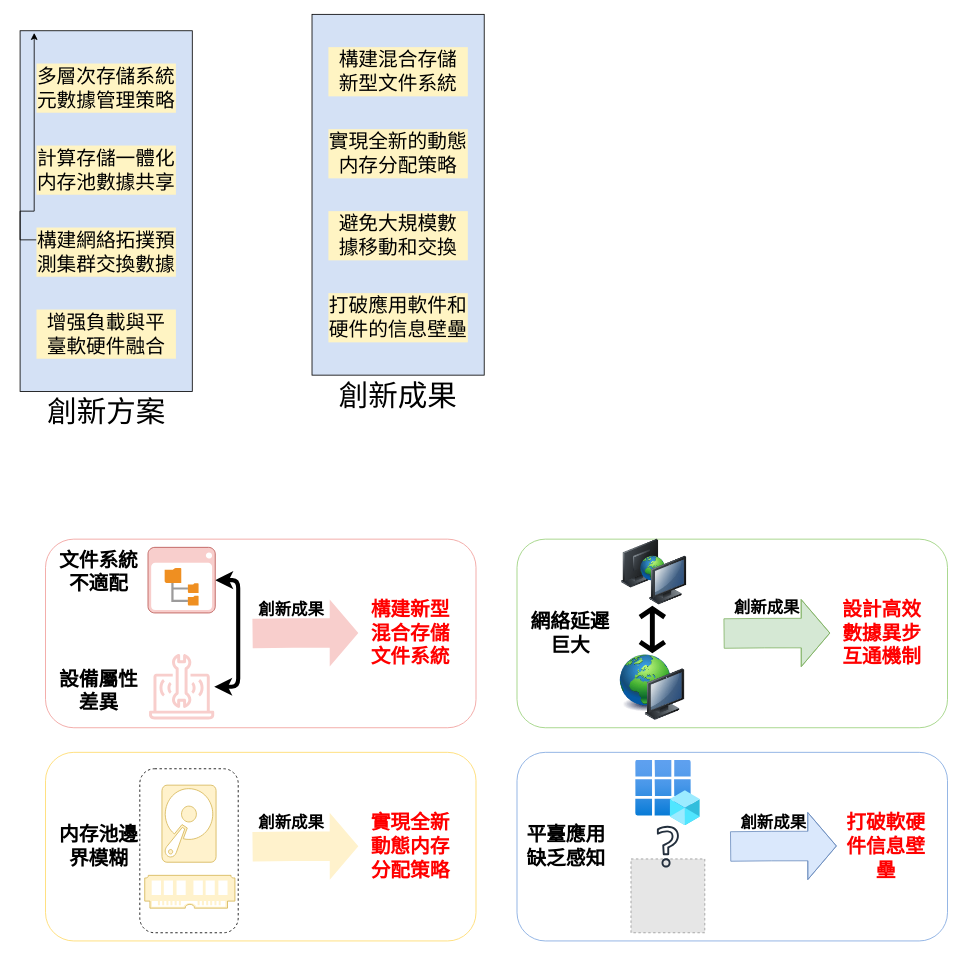
Above: 创新点.drawio in icszhr/aomenNVM (draw.io), before the change. Source tidied: cells renumbered, new cells numbered last; positions are measured from the earlier drawing's top-left corner, leaving out a move shared by most shapes. Both pictures are drawn from the tidied source at 82%, with x=0, y=0 at pixel (20, 14). Pictures stored in the file or linked from it are replaced by grey dashed boxes.
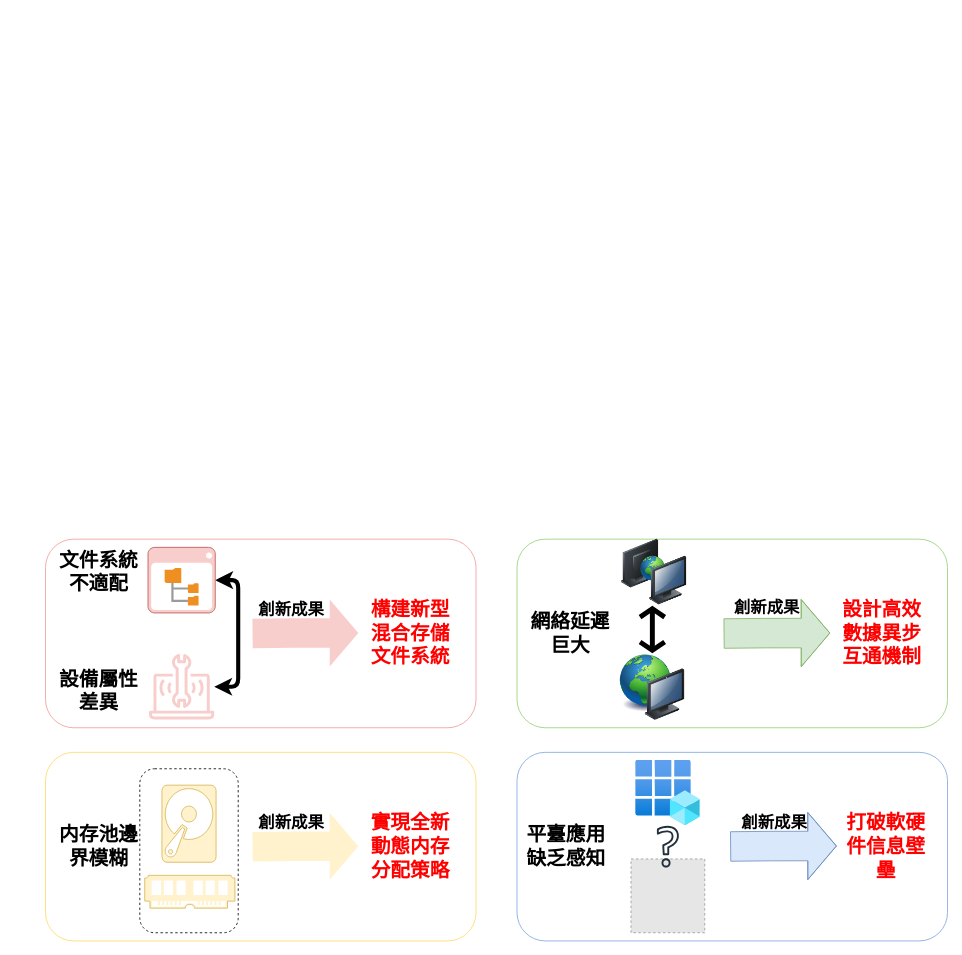
Above is the later version.

Commit message (it also covers changes not shown here):
更新创新点.drawio

Diff of the diagram source:
```diff
@@
-    <mxCell id="2" style="group;" parent="1" vertex="1">
-      <mxGeometry y="20" width="210" height="480" as="geometry" />
-    </mxCell>
-    <mxCell id="3" style="rounded=0;whiteSpace=wrap;html=1;fillColor=#D4E1F5;" parent="2" vertex="1">
-      <mxGeometry width="210" height="440" as="geometry" />
-    </mxCell>
-    <mxCell id="4" value="&lt;font style=&quot;font-size: 36px;&quot;&gt;創新方案&lt;/font&gt;" style="text;html=1;strokeColor=none;fillColor=none;align=center;verticalAlign=middle;whiteSpace=wrap;rounded=0;" parent="2" vertex="1">
-      <mxGeometry x="27.5" y="450" width="155" height="30" as="geometry" />
-    </mxCell>
-    <mxCell id="5" value="&lt;font style=&quot;font-size: 24px;&quot;&gt;多層次存儲系統元數據管理策略&lt;/font&gt;" style="rounded=0;whiteSpace=wrap;html=1;fillColor=#FFF4C3;strokeColor=none;" parent="2" vertex="1">
-      <mxGeometry x="20" y="40" width="170" height="60" as="geometry" />
-    </mxCell>
-    <mxCell id="6" value="&lt;font style=&quot;font-size: 24px;&quot;&gt;計算存儲一體化内存池數據共享&lt;br&gt;&lt;/font&gt;" style="rounded=0;whiteSpace=wrap;html=1;fillColor=#FFF4C3;strokeColor=none;" parent="2" vertex="1">
-      <mxGeometry x="20" y="140" width="170" height="60" as="geometry" />
-    </mxCell>
-    <mxCell id="7" style="edgeStyle=orthogonalEdgeStyle;rounded=0;jettySize=auto;html=1;exitX=0;exitY=0.25;exitDx=0;exitDy=0;entryX=0.082;entryY=0.006;entryDx=0;entryDy=0;entryPerimeter=0;" parent="2" edge="1" source="8" target="3">
-      <mxGeometry relative="1" as="geometry" />
-    </mxCell>
-    <mxCell id="8" value="&lt;span style=&quot;font-size: 24px;&quot;&gt;構建網絡拓撲預測集群交換數據&lt;/span&gt;" style="rounded=0;whiteSpace=wrap;html=1;fillColor=#FFF4C3;strokeColor=none;" parent="2" vertex="1">
-      <mxGeometry x="20" y="240" width="170" height="60" as="geometry" />
-    </mxCell>
-    <mxCell id="9" value="&lt;span style=&quot;font-size: 24px;&quot;&gt;增强負載與平&lt;br&gt;臺軟硬件融合&lt;/span&gt;" style="rounded=0;whiteSpace=wrap;html=1;fillColor=#FFF4C3;strokeColor=none;" parent="2" vertex="1">
-      <mxGeometry x="20" y="340" width="170" height="60" as="geometry" />
-    </mxCell>
-    <mxCell id="10" style="group;" parent="1" vertex="1">
-      <mxGeometry x="356" width="210" height="480" as="geometry" />
-    </mxCell>
-    <mxCell id="11" style="rounded=0;whiteSpace=wrap;html=1;fillColor=#D4E1F5;" parent="10" vertex="1">
-      <mxGeometry width="210" height="440" as="geometry" />
-    </mxCell>
-    <mxCell id="12" value="&lt;font style=&quot;font-size: 36px;&quot;&gt;創新成果&lt;/font&gt;" style="text;html=1;strokeColor=none;fillColor=none;align=center;verticalAlign=middle;whiteSpace=wrap;rounded=0;" parent="10" vertex="1">
-      <mxGeometry x="25" y="450" width="160" height="30" as="geometry" />
-    </mxCell>
-    <mxCell id="13" value="&lt;font style=&quot;font-size: 24px;&quot;&gt;構建混&lt;/font&gt;&lt;span style=&quot;font-size: 24px;&quot;&gt;合存儲&lt;/span&gt;&lt;span style=&quot;font-size: 24px;&quot;&gt;&lt;br&gt;新型文件系統&lt;/span&gt;" style="rounded=0;whiteSpace=wrap;html=1;fillColor=#FFF4C3;strokeColor=none;" parent="10" vertex="1">
-      <mxGeometry x="20" y="40" width="170" height="60" as="geometry" />
-    </mxCell>
-    <mxCell id="14" value="&lt;span style=&quot;font-size: 24px;&quot;&gt;實現全新的動態内存分配策略&lt;/span&gt;" style="rounded=0;whiteSpace=wrap;html=1;fillColor=#FFF4C3;strokeColor=none;" parent="10" vertex="1">
-      <mxGeometry x="20" y="140" width="170" height="60" as="geometry" />
-    </mxCell>
-    <mxCell id="15" value="&lt;span style=&quot;font-size: 24px;&quot;&gt;避免大規模數&lt;br&gt;據移動和交換&lt;/span&gt;" style="rounded=0;whiteSpace=wrap;html=1;fillColor=#FFF4C3;strokeColor=none;" parent="10" vertex="1">
-      <mxGeometry x="20" y="240" width="170" height="60" as="geometry" />
-    </mxCell>
-    <mxCell id="16" value="&lt;span style=&quot;font-size: 24px;&quot;&gt;打破應用軟件和硬件的信息壁壘&lt;/span&gt;" style="rounded=0;whiteSpace=wrap;html=1;fillColor=#FFF4C3;strokeColor=none;" parent="10" vertex="1">
-      <mxGeometry x="20" y="340" width="170" height="60" as="geometry" />
-    </mxCell>
@@
     <mxCell id="50" value="&lt;b&gt;&lt;font style=&quot;font-size: 20px;&quot;&gt;創新成果&lt;/font&gt;&lt;/b&gt;" style="text;html=1;strokeColor=none;fillColor=none;align=center;verticalAlign=middle;whiteSpace=wrap;rounded=0;" parent="1" vertex="1">
-      <mxGeometry x="874" y="970" width="90" height="30" as="geometry" />
+      <mxGeometry x="875" y="970" width="90" height="30" as="geometry" />
     </mxCell>
```
